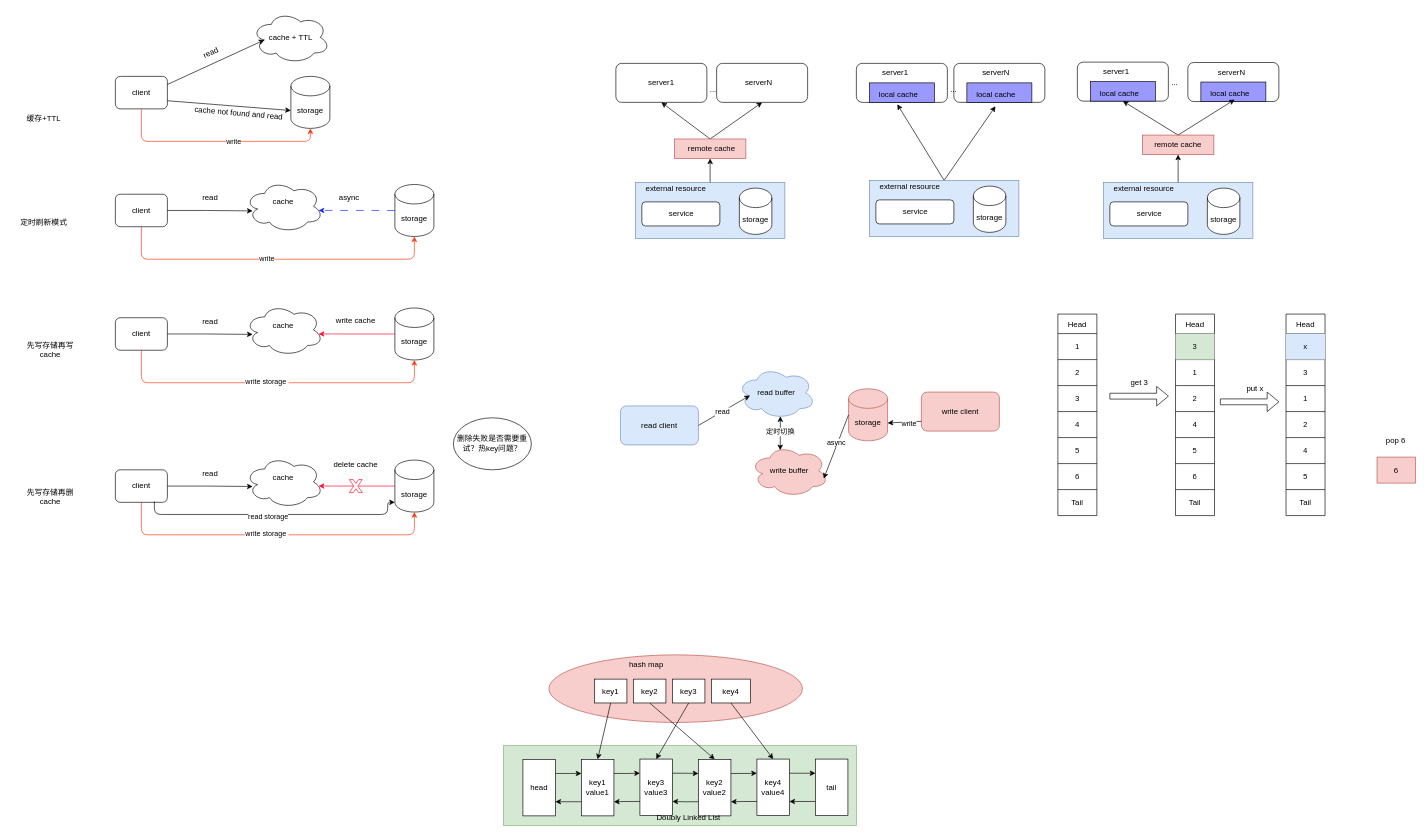
This is page "cache" (3 of 6) of source/diagrams/tech.drawio from wxquare/wxquare.github.io, a draw.io file, before an edit. Source tidied: cells renumbered, new cells numbered last; positions are measured from the earlier drawing's top-left corner, leaving out a move shared by most shapes. Both pictures are drawn from the tidied source at 65%, with x=0, y=0 at pixel (11, 11).
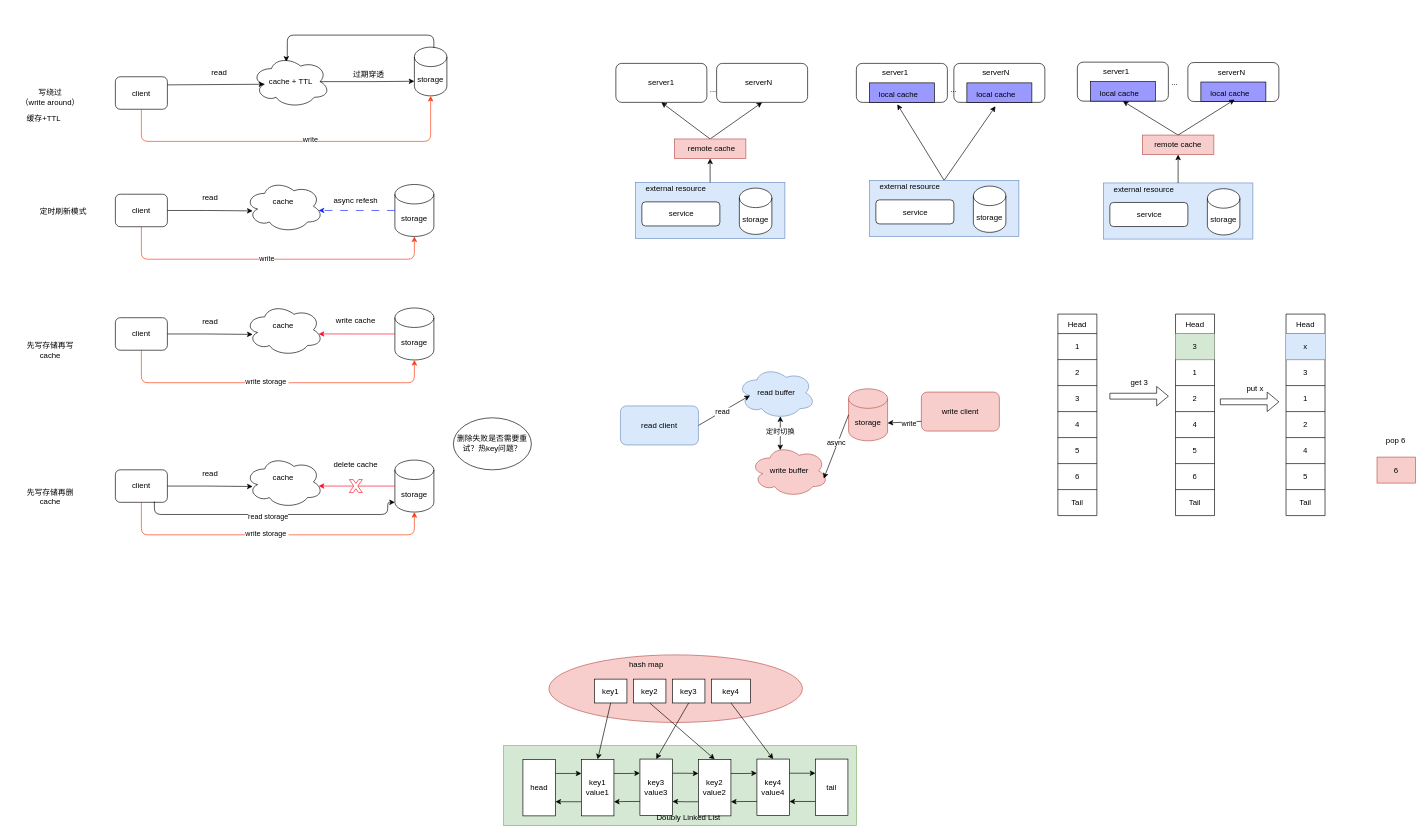
The same diagram, later.

The edit, as a diff of the source:
```diff
@@
     <mxCell id="5" value="cache + TTL" style="ellipse;shape=cloud;whiteSpace=wrap;html=1;" parent="1" vertex="1">
-      <mxGeometry x="370" width="120" height="80" as="geometry" />
+      <mxGeometry x="370" y="68.1" width="120" height="80" as="geometry" />
     </mxCell>
     <mxCell id="6" value="storage" style="shape=cylinder3;whiteSpace=wrap;html=1;boundedLbl=1;backgroundOutline=1;size=15;" parent="1" vertex="1">
-      <mxGeometry x="430" y="100" width="60" height="80" as="geometry" />
+      <mxGeometry x="620" y="55" width="50" height="75" as="geometry" />
     </mxCell>
     <mxCell id="7" value="client" style="rounded=1;whiteSpace=wrap;html=1;" parent="1" vertex="1">
-      <mxGeometry x="160" y="100" width="80" height="50" as="geometry" />
+      <mxGeometry x="160" y="100.6" width="80" height="50" as="geometry" />
     </mxCell>
@@
-    <mxCell id="9" style="rounded=0;jettySize=auto;html=1;exitX=1;exitY=0.75;exitDx=0;exitDy=0;entryX=0;entryY=0;entryDx=0;entryDy=52.5;entryPerimeter=0;startArrow=none;startFill=0;" parent="1" edge="1" source="7" target="6">
-      <mxGeometry relative="1" as="geometry" />
-    </mxCell>
-    <mxCell id="10" value="read" style="text;html=1;align=center;verticalAlign=middle;whiteSpace=wrap;rounded=0;rotation=-25;" parent="1" vertex="1">
-      <mxGeometry x="253.7" y="48.7" width="106" height="30" as="geometry" />
+    <mxCell id="10" value="read" style="text;html=1;align=center;verticalAlign=middle;whiteSpace=wrap;rounded=0;rotation=0;" parent="1" vertex="1">
+      <mxGeometry x="270" y="77.5" width="100" height="35" as="geometry" />
     </mxCell>
-    <mxCell id="11" value="cache not found and read" style="text;html=1;align=center;verticalAlign=middle;whiteSpace=wrap;rounded=0;rotation=5;" parent="1" vertex="1">
-      <mxGeometry x="279.9" y="141.7" width="140" height="30" as="geometry" />
-    </mxCell>
@@
     <mxCell id="20" style="edgeStyle=orthogonalEdgeStyle;rounded=1;jettySize=auto;html=1;exitX=0.5;exitY=1;exitDx=0;exitDy=0;entryX=0.5;entryY=1;entryDx=0;entryDy=0;entryPerimeter=0;curved=0;strokeColor=#FF3B14;" parent="1" edge="1" source="7" target="6">
-      <mxGeometry relative="1" as="geometry" />
+      <mxGeometry relative="1" as="geometry">
+        <Array as="points">
+          <mxPoint x="200" y="200" />
+          <mxPoint x="645" y="200" />
+        </Array>
+      </mxGeometry>
     </mxCell>
     <mxCell id="21" value="write" style="edgeLabel;html=1;align=center;verticalAlign=middle;" parent="20" vertex="1">
       <mxGeometry x="0.38" y="1" relative="1" as="geometry">
-        <mxPoint x="-37" as="offset" />
+        <mxPoint x="-80" y="-3" as="offset" />
       </mxGeometry>
     </mxCell>
-    <mxCell id="22" value="async" style="text;html=1;align=center;verticalAlign=middle;whiteSpace=wrap;rounded=0;" parent="1" vertex="1">
-      <mxGeometry x="490" y="272.3" width="60" height="30" as="geometry" />
+    <mxCell id="22" value="async refesh" style="text;html=1;align=center;verticalAlign=middle;whiteSpace=wrap;rounded=0;" parent="1" vertex="1">
+      <mxGeometry x="490" y="272.3" width="80" height="37.7" as="geometry" />
     </mxCell>
@@
     <mxCell id="46" value="定时刷新模式" style="text;html=1;align=center;verticalAlign=middle;whiteSpace=wrap;rounded=0;" parent="1" vertex="1">
-      <mxGeometry y="310" width="100" height="30" as="geometry" />
+      <mxGeometry x="30" y="292.5" width="100" height="30" as="geometry" />
     </mxCell>
@@
     <mxCell id="132" style="group;" parent="1" vertex="1">
-      <mxGeometry x="1680" y="263.1" width="230" height="86.3" as="geometry" />
+      <mxGeometry x="1680" y="264" width="230" height="86.3" as="geometry" />
     </mxCell>
@@
+    <mxCell id="190" value="写绕过&lt;div&gt;（write around）&lt;/div&gt;" style="text;html=1;align=center;verticalAlign=middle;whiteSpace=wrap;rounded=0;" parent="1" vertex="1">
+      <mxGeometry x="5" y="116.1" width="110" height="32" as="geometry" />
+    </mxCell>
+    <mxCell id="191" style="edgeStyle=orthogonalEdgeStyle;rounded=0;jettySize=auto;html=1;exitX=0.875;exitY=0.5;exitDx=0;exitDy=0;exitPerimeter=0;entryX=0;entryY=0;entryDx=0;entryDy=52.5;entryPerimeter=0;" parent="1" edge="1" source="5" target="6">
+      <mxGeometry relative="1" as="geometry" />
+    </mxCell>
+    <mxCell id="192" value="过期穿透" style="text;html=1;align=center;verticalAlign=middle;whiteSpace=wrap;rounded=0;" parent="1" vertex="1">
+      <mxGeometry x="520" y="82.5" width="60" height="30" as="geometry" />
+    </mxCell>
+    <mxCell id="193" style="edgeStyle=orthogonalEdgeStyle;rounded=1;orthogonalLoop=1;jettySize=auto;html=1;exitX=0.5;exitY=0;exitDx=0;exitDy=0;exitPerimeter=0;entryX=0.4;entryY=0.1;entryDx=0;entryDy=0;entryPerimeter=0;curved=0;" parent="1" edge="1">
+      <mxGeometry relative="1" as="geometry">
+        <mxPoint x="650" y="56.4" as="sourcePoint" />
+        <mxPoint x="423" y="77.5" as="targetPoint" />
+        <Array as="points">
+          <mxPoint x="650.5" y="36.5" />
+          <mxPoint x="424.5" y="36.5" />
+          <mxPoint x="424.5" y="72.5" />
+          <mxPoint x="423.5" y="72.5" />
+        </Array>
+      </mxGeometry>
+    </mxCell>
```
